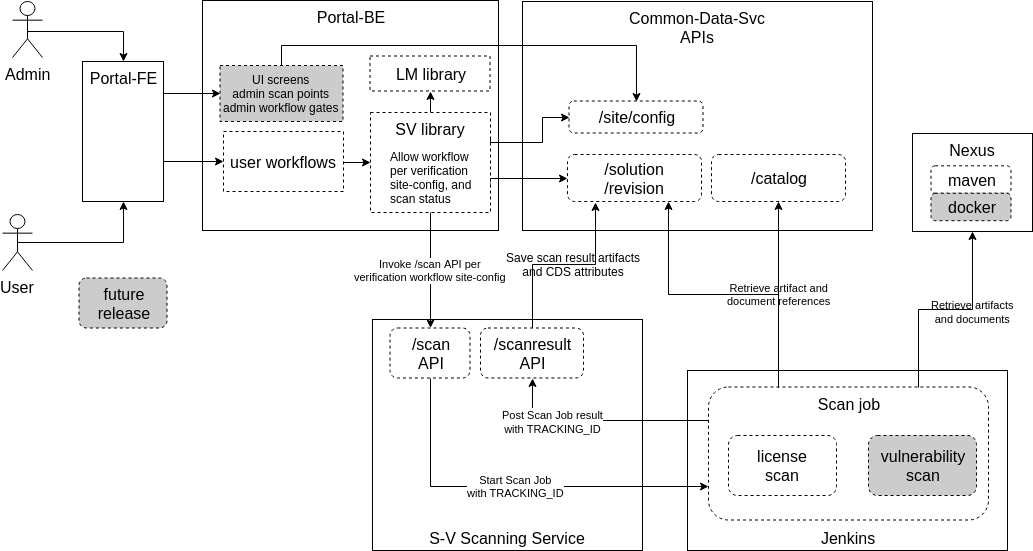
Before: security-verification-service/docs/images/security-verification-arch.png, a diagram exported from draw.io (acumos/security-verification). Source tidied: cells renumbered, new cells last; positions are measured from the earlier drawing's top-left corner, leaving out a move shared by most shapes.
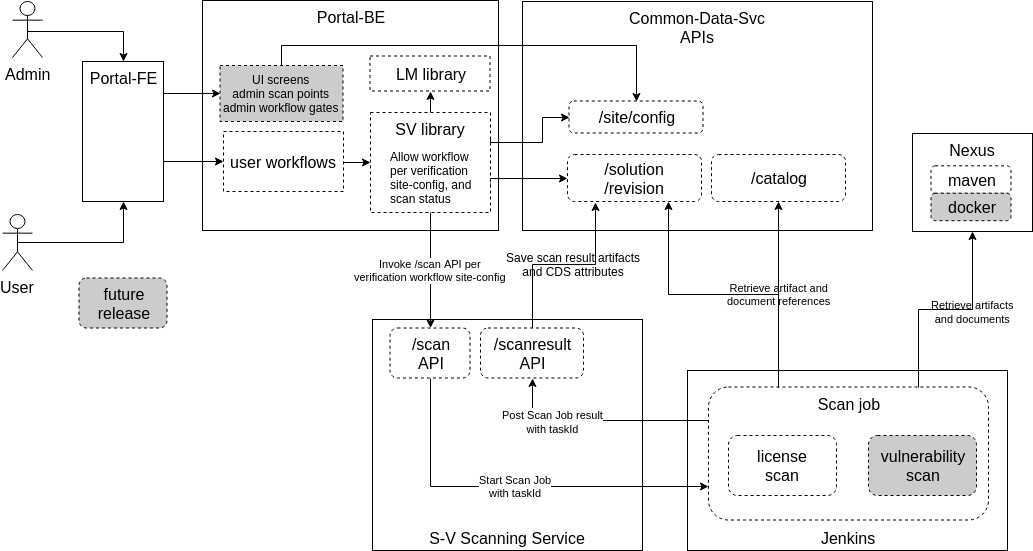
The same diagram one commit later.

Diff of the diagram source:
```diff
@@ -34,7 +34,7 @@
     <mxCell id="10" value="Admin" style="shape=umlActor;verticalLabelPosition=bottom;labelBackgroundColor=#ffffff;verticalAlign=top;html=1;outlineConnect=0;fontSize=16;" parent="1" vertex="1">
       <mxGeometry x="10" y="1" width="30" height="56" as="geometry" />
     </mxCell>
-    <mxCell id="11" value="Start Scan Job&lt;br&gt;with TRACKING_ID" style="edgeStyle=orthogonalEdgeStyle;rounded=0;jettySize=auto;html=1;exitX=0.5;exitY=1;exitDx=0;exitDy=0;entryX=0;entryY=0.75;entryDx=0;entryDy=0;" parent="1" edge="1" source="12" target="4">
+    <mxCell id="11" value="Start Scan Job&lt;br&gt;with taskId" style="edgeStyle=orthogonalEdgeStyle;rounded=0;jettySize=auto;html=1;exitX=0.5;exitY=1;exitDx=0;exitDy=0;entryX=0;entryY=0.75;entryDx=0;entryDy=0;" parent="1" edge="1" source="12" target="4">
       <mxGeometry relative="1" as="geometry" />
     </mxCell>
     <mxCell id="12" value="/scan&lt;br&gt;API" style="rounded=1;whiteSpace=wrap;html=1;fontSize=16;dashed=1;" parent="1" vertex="1">
@@ -161,7 +161,7 @@
     <mxCell id="43" style="edgeStyle=orthogonalEdgeStyle;rounded=0;jettySize=auto;html=1;exitX=0;exitY=0.25;exitDx=0;exitDy=0;entryX=0.5;entryY=1;entryDx=0;entryDy=0;" parent="1" edge="1" source="4" target="42">
       <mxGeometry relative="1" as="geometry" />
     </mxCell>
-    <mxCell id="44" value="&lt;span style=&quot;font-size: 11px&quot;&gt;Post Scan Job result&lt;/span&gt;&lt;br style=&quot;font-size: 11px&quot;&gt;&lt;span style=&quot;font-size: 11px&quot;&gt;with TRACKING_ID&lt;/span&gt;" style="text;html=1;align=center;verticalAlign=middle;labelBackgroundColor=#ffffff;" parent="43" vertex="1">
+    <mxCell id="44" value="&lt;span style=&quot;font-size: 11px&quot;&gt;Post Scan Job result&lt;/span&gt;&lt;br style=&quot;font-size: 11px&quot;&gt;&lt;span style=&quot;font-size: 11px&quot;&gt;with taskId&lt;/span&gt;" style="text;html=1;align=center;verticalAlign=middle;labelBackgroundColor=#ffffff;" parent="43" vertex="1">
       <mxGeometry x="0.43" relative="1" as="geometry" />
     </mxCell>
     <mxCell id="45" value="Allow workflow per verification site-config, and scan status" style="text;whiteSpace=wrap;" parent="1" vertex="1">
```
